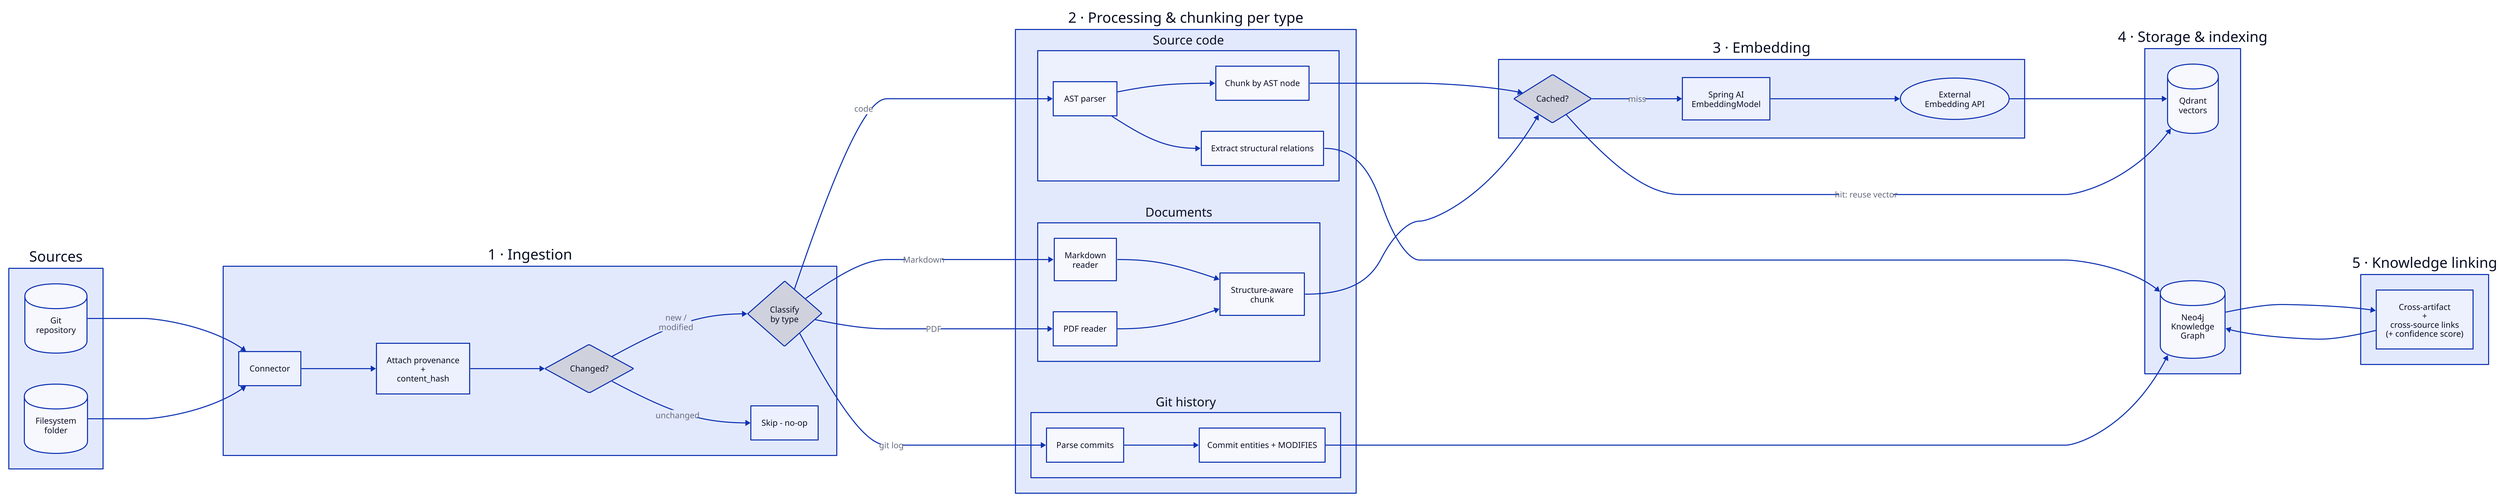
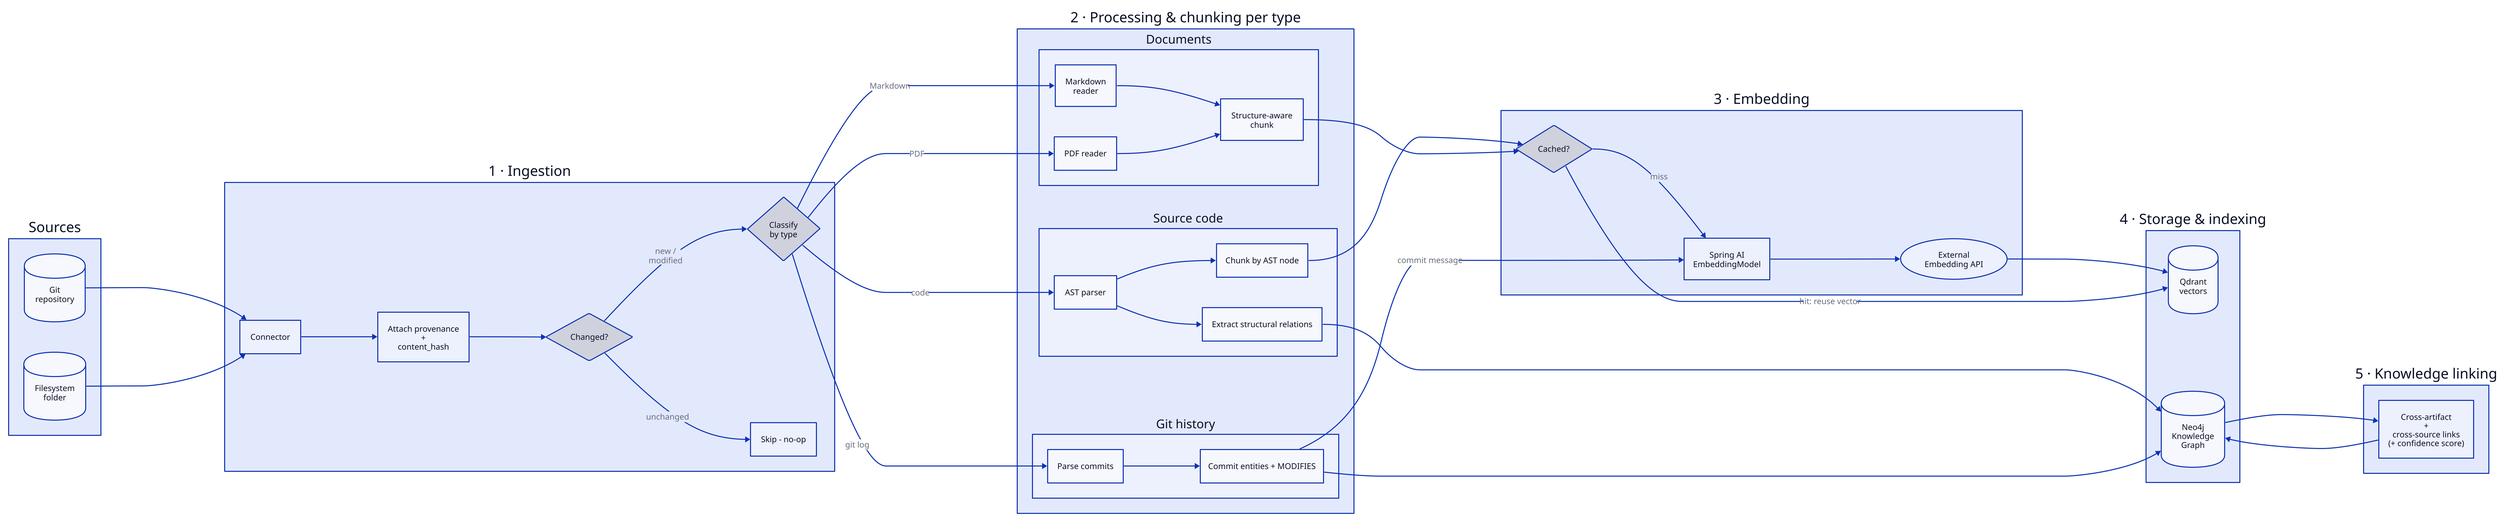
# Data Processing — 1 · Ingestion & indexing pipeline (per data type)
# Data-flow view of the indexing PIPES & FILTERS pipeline (ChunkStage -> DedupStage ->
# EmbedStage -> StoreStage -> LinkStage); code structure in CLASS-INDEXING.d2.
# Triggered by the SourceRegistered domain event or a sync trigger.
# Render:  d2 PIPELINE-INGESTION.d2 PIPELINE-INGESTION.svg
# (render config below is embedded so the D2 playground applies it too)
vars: {
  d2-config: {
    layout-engine: dagre
    pad: 16
  }
}

direction: right

# ---- Stage 2: processing & chunking -----------------------------------------
proc: "2 · Processing & chunking per type" {
  code: "Source code" {
    c1: "AST parser"
    c2: "Chunk by AST node"
    c3: "Extract structural relations"
    c1 -> c2
    c1 -> c3
  }
  doc: "Documents" {
    dmd: "Markdown \nreader"
    dpdf: "PDF reader"
    d1: "Structure-aware \nchunk"
    dmd -> d1
    dpdf -> d1
  }
  gh: "Git history" {
    g1: "Parse commits"
    g2: "Commit entities + MODIFIES"
    g1 -> g2
  }
}

emb: "3 · Embedding" {
  ecache: "Cached?" {shape: diamond}
  e1: "Spring AI \nEmbeddingModel"
  e2: "External \nEmbedding API" {shape: oval}
  ecache -> e1: miss {direction: down}
  e1 -> e2
}

store: "4 · Storage & indexing" {
  qdr: "Qdrant\nvectors" {shape: cylinder}
  graph: "Neo4j \nKnowledge \nGraph" {shape: cylinder}
}

# ---- Stages 1 · sources · 5 -------------------------------------------------
ing: "1 · Ingestion" {
  conn: "Connector"
  prov: "Attach provenance \n+\n content_hash"
  dedup: "Changed?" {shape: diamond}
  classify: "Classify \nby type" {shape: diamond}
  skip: "Skip - no-op"
  conn -> prov -> dedup
  dedup -> skip: unchanged
  dedup -> classify: new / \nmodified
}

src: "Sources" {
  git: "Git \nrepository" {shape: cylinder}
  fs: "Filesystem \nfolder" {shape: cylinder}
}

linking: "5 · Knowledge linking" {
  l1: "Cross-artifact \n+\n cross-source links\n(+ confidence score)"
}

# ---- Cross-stage flow --------------------------------------------------------
src.git -> ing.conn
src.fs -> ing.conn

ing.classify -> proc.code.c1: code
ing.classify -> proc.doc.dmd: Markdown
ing.classify -> proc.doc.dpdf: PDF
ing.classify -> proc.gh.g1: git log

proc.code.c2 -> emb.ecache
proc.doc.d1 -> emb.ecache

emb.e2 -> store.qdr
emb.ecache -> store.qdr: "hit: reuse vector"
proc.code.c3 -> store.graph
+ proc.gh.g2 -> emb.e1: "commit message"
proc.gh.g2 -> store.graph

store.graph -> linking.l1 -> store.graph
